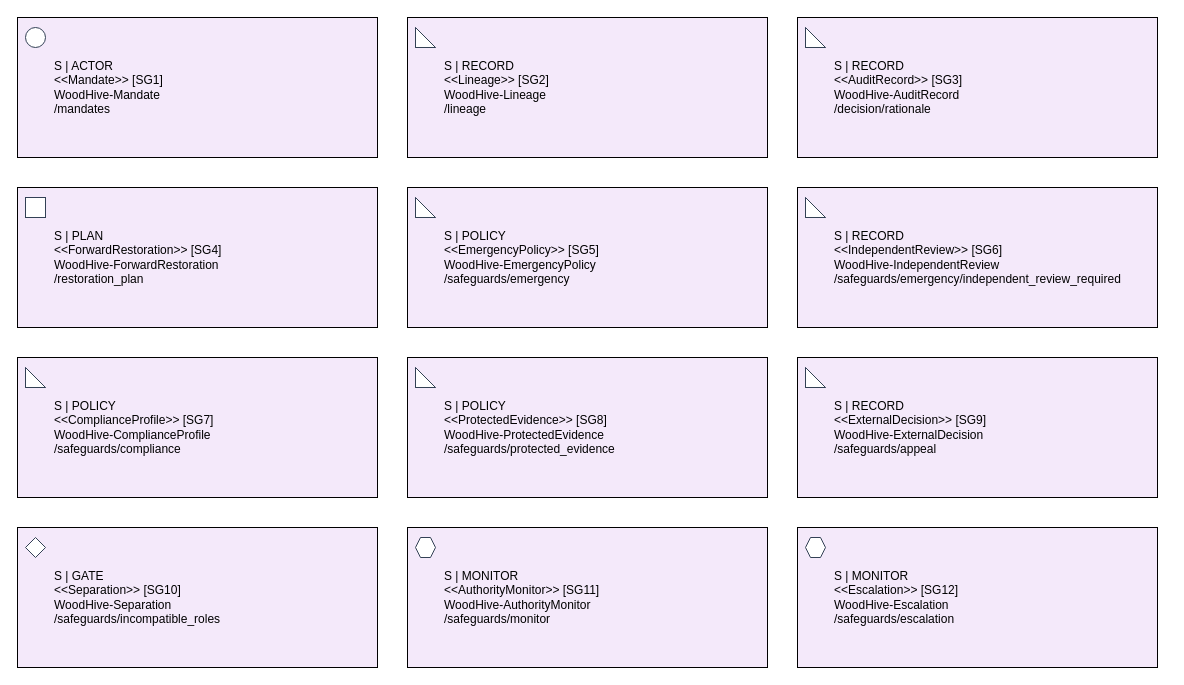
Earlier version of the draw.io diagram reproducibility/paper-b/models/extended-views/Safeguard.drawio (alexbafana/MKM-POL21-2025). Source tidied: cells renumbered, new cells numbered last; positions are measured from the earlier drawing's top-left corner, leaving out a move shared by most shapes. Both pictures are drawn from the tidied source at 100%, with x=0, y=0 at pixel (17, 17).
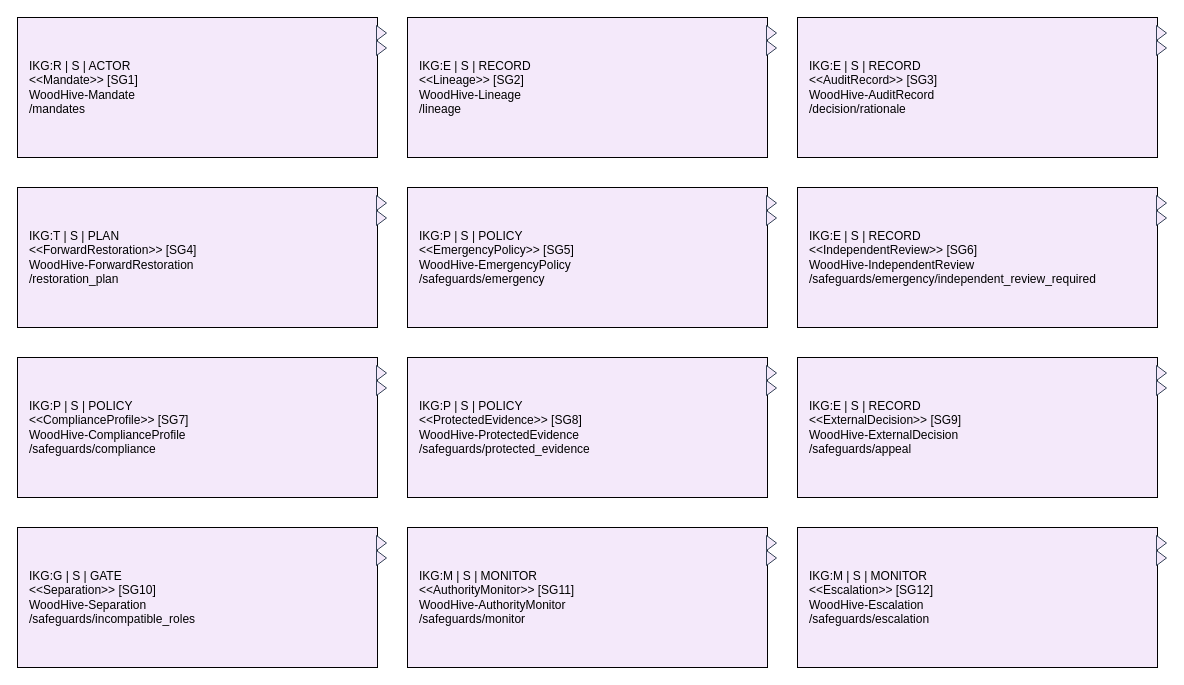
The same page after the edit.

What changed in the source:
```diff
@@
-    <mxCell id="2" value="S | ACTOR&#10;&lt;&lt;Mandate&gt;&gt; [SG1]&#10;WoodHive-Mandate&#10;/mandates" style="rounded=0;whiteSpace=wrap;html=0;align=left;spacingLeft=35;fillColor=#f4e9fa;" parent="1" vertex="1">
+    <mxCell id="2" value="IKG:R | S | ACTOR&#10;&lt;&lt;Mandate&gt;&gt; [SG1]&#10;WoodHive-Mandate&#10;/mandates" style="rounded=0;whiteSpace=wrap;html=0;align=left;spacingLeft=10;fillColor=#f4e9fa;" parent="1" vertex="1">
       <mxGeometry width="360" height="140" as="geometry" />
     </mxCell>
-    <mxCell id="3" style="shape=ellipse;fillColor=#ffffff;strokeColor=#334155;" parent="2" vertex="1">
-      <mxGeometry x="8" y="10" width="20" height="20" as="geometry" />
-    </mxCell>
+    <mxCell id="26" style="shape=triangle;direction=east;fillColor=#f4e9fa;strokeColor=#334155;" parent="2" vertex="1">
+      <mxGeometry x="359" y="8" width="10" height="15" as="geometry" />
+    </mxCell>
+    <mxCell id="27" style="shape=triangle;direction=east;fillColor=#f4e9fa;strokeColor=#334155;" parent="2" vertex="1">
+      <mxGeometry x="359" y="23" width="10" height="15" as="geometry" />
+    </mxCell>
-    <mxCell id="4" value="S | RECORD&#10;&lt;&lt;Lineage&gt;&gt; [SG2]&#10;WoodHive-Lineage&#10;/lineage" style="rounded=0;whiteSpace=wrap;html=0;align=left;spacingLeft=35;fillColor=#f4e9fa;" parent="1" vertex="1">
+    <mxCell id="4" value="IKG:E | S | RECORD&#10;&lt;&lt;Lineage&gt;&gt; [SG2]&#10;WoodHive-Lineage&#10;/lineage" style="rounded=0;whiteSpace=wrap;html=0;align=left;spacingLeft=10;fillColor=#f4e9fa;" parent="1" vertex="1">
       <mxGeometry x="390" width="360" height="140" as="geometry" />
     </mxCell>
-    <mxCell id="5" style="shape=note;fillColor=#ffffff;strokeColor=#334155;" parent="4" vertex="1">
-      <mxGeometry x="8" y="10" width="20" height="20" as="geometry" />
-    </mxCell>
+    <mxCell id="28" style="shape=triangle;direction=east;fillColor=#f4e9fa;strokeColor=#334155;" parent="4" vertex="1">
+      <mxGeometry x="359" y="8" width="10" height="15" as="geometry" />
+    </mxCell>
+    <mxCell id="29" style="shape=triangle;direction=east;fillColor=#f4e9fa;strokeColor=#334155;" parent="4" vertex="1">
+      <mxGeometry x="359" y="23" width="10" height="15" as="geometry" />
+    </mxCell>
-    <mxCell id="6" value="S | RECORD&#10;&lt;&lt;AuditRecord&gt;&gt; [SG3]&#10;WoodHive-AuditRecord&#10;/decision/rationale" style="rounded=0;whiteSpace=wrap;html=0;align=left;spacingLeft=35;fillColor=#f4e9fa;" parent="1" vertex="1">
+    <mxCell id="6" value="IKG:E | S | RECORD&#10;&lt;&lt;AuditRecord&gt;&gt; [SG3]&#10;WoodHive-AuditRecord&#10;/decision/rationale" style="rounded=0;whiteSpace=wrap;html=0;align=left;spacingLeft=10;fillColor=#f4e9fa;" parent="1" vertex="1">
       <mxGeometry x="780" width="360" height="140" as="geometry" />
     </mxCell>
-    <mxCell id="7" style="shape=note;fillColor=#ffffff;strokeColor=#334155;" parent="6" vertex="1">
-      <mxGeometry x="8" y="10" width="20" height="20" as="geometry" />
-    </mxCell>
+    <mxCell id="30" style="shape=triangle;direction=east;fillColor=#f4e9fa;strokeColor=#334155;" parent="6" vertex="1">
+      <mxGeometry x="359" y="8" width="10" height="15" as="geometry" />
+    </mxCell>
+    <mxCell id="31" style="shape=triangle;direction=east;fillColor=#f4e9fa;strokeColor=#334155;" parent="6" vertex="1">
+      <mxGeometry x="359" y="23" width="10" height="15" as="geometry" />
+    </mxCell>
-    <mxCell id="8" value="S | PLAN&#10;&lt;&lt;ForwardRestoration&gt;&gt; [SG4]&#10;WoodHive-ForwardRestoration&#10;/restoration_plan" style="rounded=0;whiteSpace=wrap;html=0;align=left;spacingLeft=35;fillColor=#f4e9fa;" parent="1" vertex="1">
+    <mxCell id="8" value="IKG:T | S | PLAN&#10;&lt;&lt;ForwardRestoration&gt;&gt; [SG4]&#10;WoodHive-ForwardRestoration&#10;/restoration_plan" style="rounded=0;whiteSpace=wrap;html=0;align=left;spacingLeft=10;fillColor=#f4e9fa;" parent="1" vertex="1">
       <mxGeometry y="170" width="360" height="140" as="geometry" />
     </mxCell>
-    <mxCell id="9" style="shape=rectangle;fillColor=#ffffff;strokeColor=#334155;" parent="8" vertex="1">
-      <mxGeometry x="8" y="10" width="20" height="20" as="geometry" />
-    </mxCell>
+    <mxCell id="32" style="shape=triangle;direction=east;fillColor=#f4e9fa;strokeColor=#334155;" parent="8" vertex="1">
+      <mxGeometry x="359" y="8" width="10" height="15" as="geometry" />
+    </mxCell>
+    <mxCell id="33" style="shape=triangle;direction=east;fillColor=#f4e9fa;strokeColor=#334155;" parent="8" vertex="1">
+      <mxGeometry x="359" y="23" width="10" height="15" as="geometry" />
+    </mxCell>
-    <mxCell id="10" value="S | POLICY&#10;&lt;&lt;EmergencyPolicy&gt;&gt; [SG5]&#10;WoodHive-EmergencyPolicy&#10;/safeguards/emergency" style="rounded=0;whiteSpace=wrap;html=0;align=left;spacingLeft=35;fillColor=#f4e9fa;" parent="1" vertex="1">
+    <mxCell id="10" value="IKG:P | S | POLICY&#10;&lt;&lt;EmergencyPolicy&gt;&gt; [SG5]&#10;WoodHive-EmergencyPolicy&#10;/safeguards/emergency" style="rounded=0;whiteSpace=wrap;html=0;align=left;spacingLeft=10;fillColor=#f4e9fa;" parent="1" vertex="1">
       <mxGeometry x="390" y="170" width="360" height="140" as="geometry" />
     </mxCell>
-    <mxCell id="11" style="shape=note;fillColor=#ffffff;strokeColor=#334155;" parent="10" vertex="1">
-      <mxGeometry x="8" y="10" width="20" height="20" as="geometry" />
-    </mxCell>
+    <mxCell id="34" style="shape=triangle;direction=east;fillColor=#f4e9fa;strokeColor=#334155;" parent="10" vertex="1">
+      <mxGeometry x="359" y="8" width="10" height="15" as="geometry" />
+    </mxCell>
+    <mxCell id="35" style="shape=triangle;direction=east;fillColor=#f4e9fa;strokeColor=#334155;" parent="10" vertex="1">
+      <mxGeometry x="359" y="23" width="10" height="15" as="geometry" />
+    </mxCell>
-    <mxCell id="12" value="S | RECORD&#10;&lt;&lt;IndependentReview&gt;&gt; [SG6]&#10;WoodHive-IndependentReview&#10;/safeguards/emergency/independent_review_required" style="rounded=0;whiteSpace=wrap;html=0;align=left;spacingLeft=35;fillColor=#f4e9fa;" parent="1" vertex="1">
+    <mxCell id="12" value="IKG:E | S | RECORD&#10;&lt;&lt;IndependentReview&gt;&gt; [SG6]&#10;WoodHive-IndependentReview&#10;/safeguards/emergency/independent_review_required" style="rounded=0;whiteSpace=wrap;html=0;align=left;spacingLeft=10;fillColor=#f4e9fa;" parent="1" vertex="1">
       <mxGeometry x="780" y="170" width="360" height="140" as="geometry" />
     </mxCell>
-    <mxCell id="13" style="shape=note;fillColor=#ffffff;strokeColor=#334155;" parent="12" vertex="1">
-      <mxGeometry x="8" y="10" width="20" height="20" as="geometry" />
-    </mxCell>
+    <mxCell id="36" style="shape=triangle;direction=east;fillColor=#f4e9fa;strokeColor=#334155;" parent="12" vertex="1">
+      <mxGeometry x="359" y="8" width="10" height="15" as="geometry" />
+    </mxCell>
+    <mxCell id="37" style="shape=triangle;direction=east;fillColor=#f4e9fa;strokeColor=#334155;" parent="12" vertex="1">
+      <mxGeometry x="359" y="23" width="10" height="15" as="geometry" />
+    </mxCell>
-    <mxCell id="14" value="S | POLICY&#10;&lt;&lt;ComplianceProfile&gt;&gt; [SG7]&#10;WoodHive-ComplianceProfile&#10;/safeguards/compliance" style="rounded=0;whiteSpace=wrap;html=0;align=left;spacingLeft=35;fillColor=#f4e9fa;" parent="1" vertex="1">
+    <mxCell id="14" value="IKG:P | S | POLICY&#10;&lt;&lt;ComplianceProfile&gt;&gt; [SG7]&#10;WoodHive-ComplianceProfile&#10;/safeguards/compliance" style="rounded=0;whiteSpace=wrap;html=0;align=left;spacingLeft=10;fillColor=#f4e9fa;" parent="1" vertex="1">
       <mxGeometry y="340" width="360" height="140" as="geometry" />
     </mxCell>
-    <mxCell id="15" style="shape=note;fillColor=#ffffff;strokeColor=#334155;" parent="14" vertex="1">
-      <mxGeometry x="8" y="10" width="20" height="20" as="geometry" />
-    </mxCell>
+    <mxCell id="38" style="shape=triangle;direction=east;fillColor=#f4e9fa;strokeColor=#334155;" parent="14" vertex="1">
+      <mxGeometry x="359" y="8" width="10" height="15" as="geometry" />
+    </mxCell>
+    <mxCell id="39" style="shape=triangle;direction=east;fillColor=#f4e9fa;strokeColor=#334155;" parent="14" vertex="1">
+      <mxGeometry x="359" y="23" width="10" height="15" as="geometry" />
+    </mxCell>
-    <mxCell id="16" value="S | POLICY&#10;&lt;&lt;ProtectedEvidence&gt;&gt; [SG8]&#10;WoodHive-ProtectedEvidence&#10;/safeguards/protected_evidence" style="rounded=0;whiteSpace=wrap;html=0;align=left;spacingLeft=35;fillColor=#f4e9fa;" parent="1" vertex="1">
+    <mxCell id="16" value="IKG:P | S | POLICY&#10;&lt;&lt;ProtectedEvidence&gt;&gt; [SG8]&#10;WoodHive-ProtectedEvidence&#10;/safeguards/protected_evidence" style="rounded=0;whiteSpace=wrap;html=0;align=left;spacingLeft=10;fillColor=#f4e9fa;" parent="1" vertex="1">
       <mxGeometry x="390" y="340" width="360" height="140" as="geometry" />
     </mxCell>
-    <mxCell id="17" style="shape=note;fillColor=#ffffff;strokeColor=#334155;" parent="16" vertex="1">
-      <mxGeometry x="8" y="10" width="20" height="20" as="geometry" />
-    </mxCell>
+    <mxCell id="40" style="shape=triangle;direction=east;fillColor=#f4e9fa;strokeColor=#334155;" parent="16" vertex="1">
+      <mxGeometry x="359" y="8" width="10" height="15" as="geometry" />
+    </mxCell>
+    <mxCell id="41" style="shape=triangle;direction=east;fillColor=#f4e9fa;strokeColor=#334155;" parent="16" vertex="1">
+      <mxGeometry x="359" y="23" width="10" height="15" as="geometry" />
+    </mxCell>
-    <mxCell id="18" value="S | RECORD&#10;&lt;&lt;ExternalDecision&gt;&gt; [SG9]&#10;WoodHive-ExternalDecision&#10;/safeguards/appeal" style="rounded=0;whiteSpace=wrap;html=0;align=left;spacingLeft=35;fillColor=#f4e9fa;" parent="1" vertex="1">
+    <mxCell id="18" value="IKG:E | S | RECORD&#10;&lt;&lt;ExternalDecision&gt;&gt; [SG9]&#10;WoodHive-ExternalDecision&#10;/safeguards/appeal" style="rounded=0;whiteSpace=wrap;html=0;align=left;spacingLeft=10;fillColor=#f4e9fa;" parent="1" vertex="1">
       <mxGeometry x="780" y="340" width="360" height="140" as="geometry" />
     </mxCell>
-    <mxCell id="19" style="shape=note;fillColor=#ffffff;strokeColor=#334155;" parent="18" vertex="1">
-      <mxGeometry x="8" y="10" width="20" height="20" as="geometry" />
-    </mxCell>
+    <mxCell id="42" style="shape=triangle;direction=east;fillColor=#f4e9fa;strokeColor=#334155;" parent="18" vertex="1">
+      <mxGeometry x="359" y="8" width="10" height="15" as="geometry" />
+    </mxCell>
+    <mxCell id="43" style="shape=triangle;direction=east;fillColor=#f4e9fa;strokeColor=#334155;" parent="18" vertex="1">
+      <mxGeometry x="359" y="23" width="10" height="15" as="geometry" />
+    </mxCell>
-    <mxCell id="20" value="S | GATE&#10;&lt;&lt;Separation&gt;&gt; [SG10]&#10;WoodHive-Separation&#10;/safeguards/incompatible_roles" style="rounded=0;whiteSpace=wrap;html=0;align=left;spacingLeft=35;fillColor=#f4e9fa;" parent="1" vertex="1">
+    <mxCell id="20" value="IKG:G | S | GATE&#10;&lt;&lt;Separation&gt;&gt; [SG10]&#10;WoodHive-Separation&#10;/safeguards/incompatible_roles" style="rounded=0;whiteSpace=wrap;html=0;align=left;spacingLeft=10;fillColor=#f4e9fa;" parent="1" vertex="1">
       <mxGeometry y="510" width="360" height="140" as="geometry" />
     </mxCell>
-    <mxCell id="21" style="shape=rhombus;fillColor=#ffffff;strokeColor=#334155;" parent="20" vertex="1">
-      <mxGeometry x="8" y="10" width="20" height="20" as="geometry" />
-    </mxCell>
+    <mxCell id="44" style="shape=triangle;direction=east;fillColor=#f4e9fa;strokeColor=#334155;" parent="20" vertex="1">
+      <mxGeometry x="359" y="8" width="10" height="15" as="geometry" />
+    </mxCell>
+    <mxCell id="45" style="shape=triangle;direction=east;fillColor=#f4e9fa;strokeColor=#334155;" parent="20" vertex="1">
+      <mxGeometry x="359" y="23" width="10" height="15" as="geometry" />
+    </mxCell>
-    <mxCell id="22" value="S | MONITOR&#10;&lt;&lt;AuthorityMonitor&gt;&gt; [SG11]&#10;WoodHive-AuthorityMonitor&#10;/safeguards/monitor" style="rounded=0;whiteSpace=wrap;html=0;align=left;spacingLeft=35;fillColor=#f4e9fa;" parent="1" vertex="1">
+    <mxCell id="22" value="IKG:M | S | MONITOR&#10;&lt;&lt;AuthorityMonitor&gt;&gt; [SG11]&#10;WoodHive-AuthorityMonitor&#10;/safeguards/monitor" style="rounded=0;whiteSpace=wrap;html=0;align=left;spacingLeft=10;fillColor=#f4e9fa;" parent="1" vertex="1">
       <mxGeometry x="390" y="510" width="360" height="140" as="geometry" />
     </mxCell>
-    <mxCell id="23" style="shape=hexagon;fillColor=#ffffff;strokeColor=#334155;" parent="22" vertex="1">
-      <mxGeometry x="8" y="10" width="20" height="20" as="geometry" />
-    </mxCell>
+    <mxCell id="46" style="shape=triangle;direction=east;fillColor=#f4e9fa;strokeColor=#334155;" parent="22" vertex="1">
+      <mxGeometry x="359" y="8" width="10" height="15" as="geometry" />
+    </mxCell>
+    <mxCell id="47" style="shape=triangle;direction=east;fillColor=#f4e9fa;strokeColor=#334155;" parent="22" vertex="1">
+      <mxGeometry x="359" y="23" width="10" height="15" as="geometry" />
+    </mxCell>
-    <mxCell id="24" value="S | MONITOR&#10;&lt;&lt;Escalation&gt;&gt; [SG12]&#10;WoodHive-Escalation&#10;/safeguards/escalation" style="rounded=0;whiteSpace=wrap;html=0;align=left;spacingLeft=35;fillColor=#f4e9fa;" parent="1" vertex="1">
+    <mxCell id="24" value="IKG:M | S | MONITOR&#10;&lt;&lt;Escalation&gt;&gt; [SG12]&#10;WoodHive-Escalation&#10;/safeguards/escalation" style="rounded=0;whiteSpace=wrap;html=0;align=left;spacingLeft=10;fillColor=#f4e9fa;" parent="1" vertex="1">
       <mxGeometry x="780" y="510" width="360" height="140" as="geometry" />
     </mxCell>
-    <mxCell id="25" style="shape=hexagon;fillColor=#ffffff;strokeColor=#334155;" parent="24" vertex="1">
-      <mxGeometry x="8" y="10" width="20" height="20" as="geometry" />
-    </mxCell>
+    <mxCell id="48" style="shape=triangle;direction=east;fillColor=#f4e9fa;strokeColor=#334155;" parent="24" vertex="1">
+      <mxGeometry x="359" y="8" width="10" height="15" as="geometry" />
+    </mxCell>
+    <mxCell id="49" style="shape=triangle;direction=east;fillColor=#f4e9fa;strokeColor=#334155;" parent="24" vertex="1">
+      <mxGeometry x="359" y="23" width="10" height="15" as="geometry" />
+    </mxCell>
```
